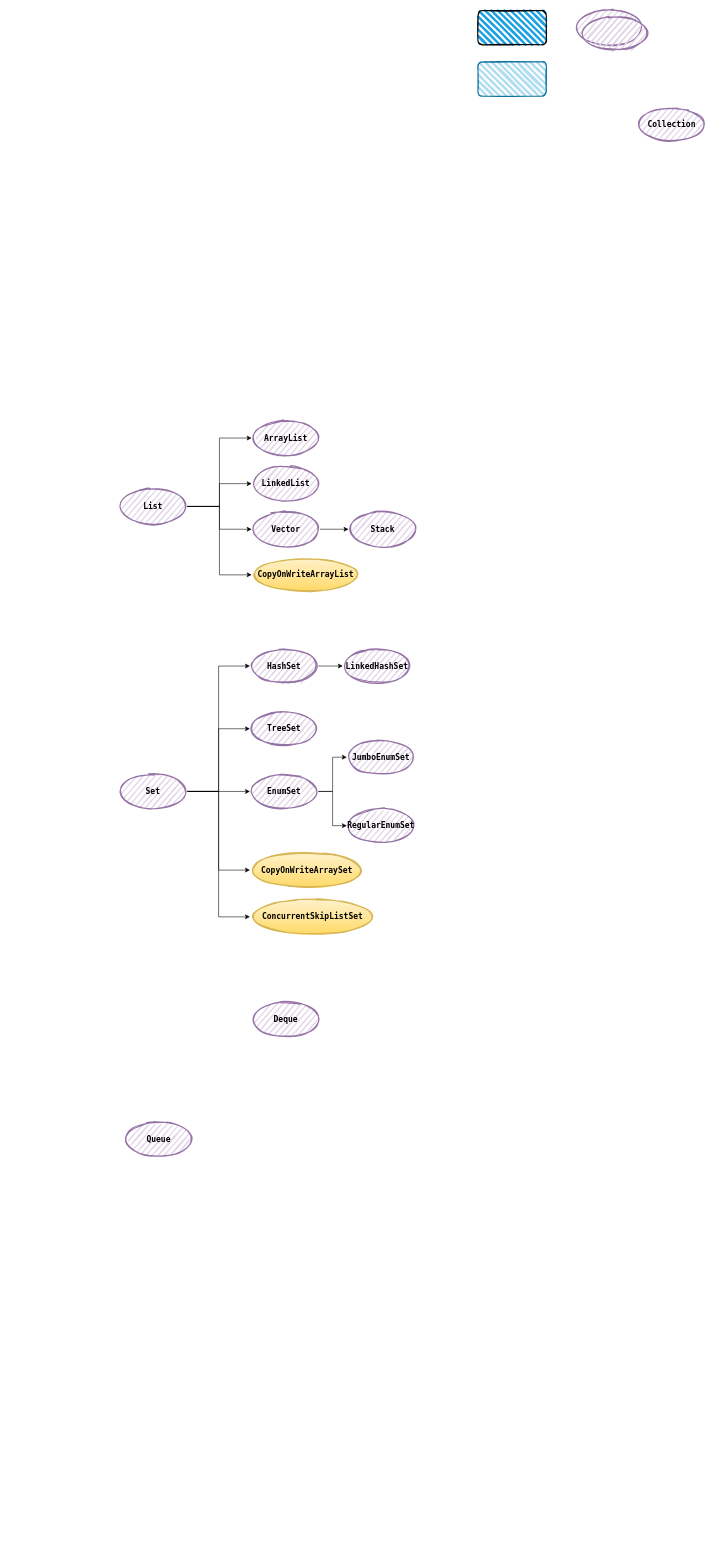
This is 集合.drawio from caitai/draw.io, a draw.io file, before an edit. Source tidied: cells renumbered, new cells numbered last; positions are measured from the earlier drawing's top-left corner, leaving out a move shared by most shapes. Both pictures are drawn from the tidied source at 57%, with x=0, y=0 at pixel (119, 10).
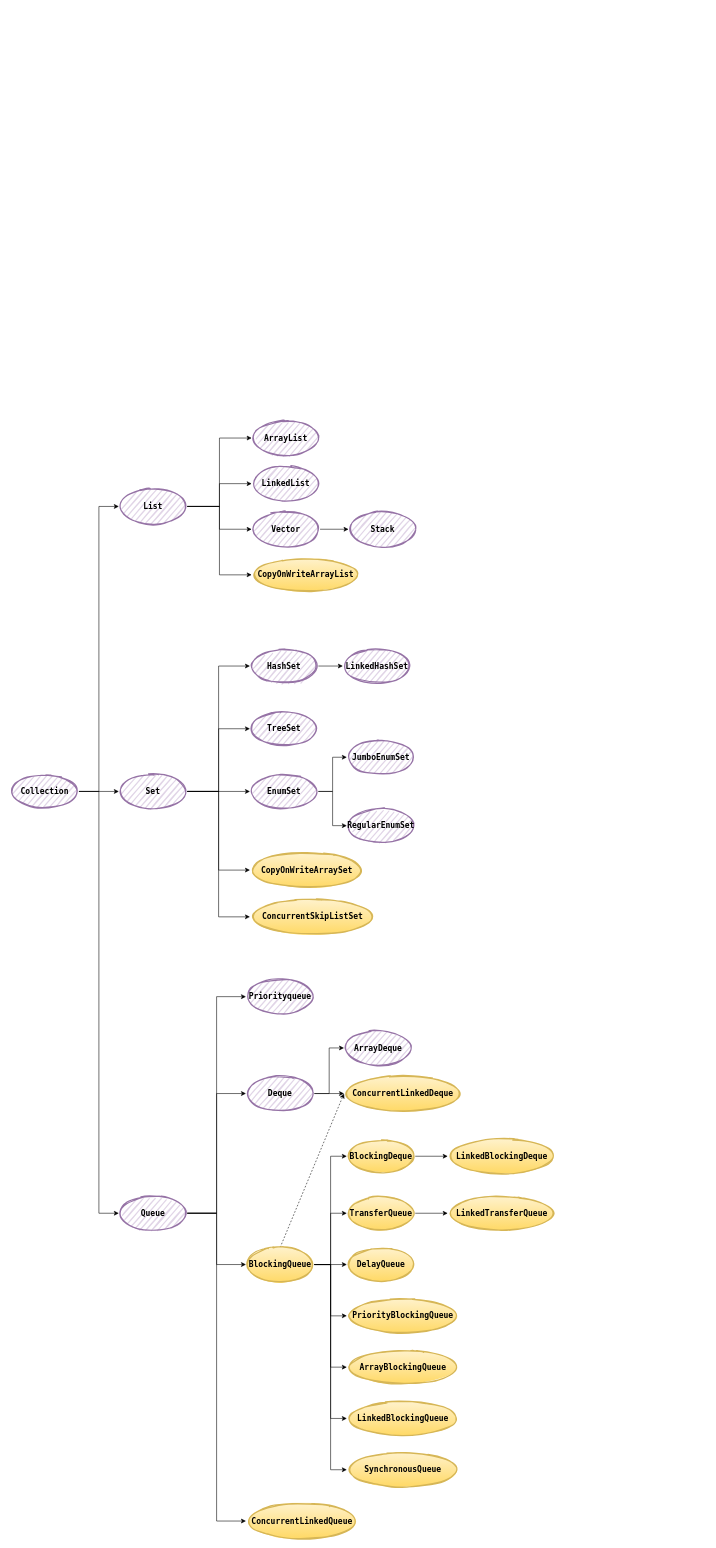
After the change.

The change refers to these unchanged cells:
```xml
<mxCell id="10" value="&lt;span style=&quot;font-size: 14px;&quot;&gt;&lt;b style=&quot;&quot;&gt;&lt;font face=&quot;Lucida Console&quot;&gt;List&lt;/font&gt;&lt;/b&gt;&lt;/span&gt;" style="ellipse;whiteSpace=wrap;html=1;strokeWidth=2;fillWeight=2;hachureGap=8;fillColor=#e1d5e7;fillStyle=dots;sketch=1;strokeColor=#9673a6;" parent="1" vertex="1">
  <mxGeometry y="840" width="120" height="60" as="geometry" />
</mxCell>
<mxCell id="17" value="&lt;span style=&quot;font-size: 14px;&quot;&gt;&lt;b style=&quot;&quot;&gt;&lt;font face=&quot;Lucida Console&quot;&gt;Set&lt;/font&gt;&lt;/b&gt;&lt;/span&gt;" style="ellipse;whiteSpace=wrap;html=1;strokeWidth=2;fillWeight=2;hachureGap=8;fillColor=#e1d5e7;fillStyle=dots;sketch=1;strokeColor=#9673a6;" parent="1" vertex="1">
  <mxGeometry y="1340" width="120" height="60" as="geometry" />
</mxCell>
```

The edit, as a diff of the source:
```diff
@@
-    <mxCell id="2" style="ellipse;whiteSpace=wrap;html=1;strokeWidth=2;fillWeight=2;hachureGap=8;fillColor=#e1d5e7;fillStyle=dots;sketch=1;strokeColor=#9673a6;" parent="1" vertex="1">
-      <mxGeometry x="800" width="120" height="60" as="geometry" />
-    </mxCell>
-    <mxCell id="3" style="rounded=1;whiteSpace=wrap;html=1;strokeWidth=2;fillWeight=4;hachureGap=8;hachureAngle=45;fillColor=#1ba1e2;sketch=1;" parent="1" vertex="1">
-      <mxGeometry x="630" width="120" height="60" as="geometry" />
-    </mxCell>
+    <mxCell id="37" style="edgeStyle=orthogonalEdgeStyle;rounded=0;jettySize=auto;html=1;exitX=1;exitY=0.5;exitDx=0;exitDy=0;entryX=0;entryY=0.5;entryDx=0;entryDy=0;fontFamily=Lucida Console;fontSize=14;" parent="1" edge="1" source="4" target="17">
+      <mxGeometry relative="1" as="geometry" />
+    </mxCell>
+    <mxCell id="38" style="edgeStyle=orthogonalEdgeStyle;rounded=0;jettySize=auto;html=1;exitX=1;exitY=0.5;exitDx=0;exitDy=0;entryX=0;entryY=0.5;entryDx=0;entryDy=0;fontFamily=Lucida Console;fontSize=14;" parent="1" edge="1" source="4" target="10">
+      <mxGeometry relative="1" as="geometry" />
+    </mxCell>
+    <mxCell id="39" style="edgeStyle=orthogonalEdgeStyle;rounded=0;jettySize=auto;html=1;exitX=1;exitY=0.5;exitDx=0;exitDy=0;entryX=0;entryY=0.5;entryDx=0;entryDy=0;fontFamily=Lucida Console;fontSize=14;" parent="1" edge="1" source="4" target="18">
+      <mxGeometry relative="1" as="geometry" />
+    </mxCell>
     <mxCell id="4" value="&lt;span style=&quot;font-size: 14px;&quot;&gt;&lt;b style=&quot;&quot;&gt;&lt;font face=&quot;Lucida Console&quot;&gt;Collection&lt;/font&gt;&lt;/b&gt;&lt;/span&gt;" style="ellipse;whiteSpace=wrap;html=1;strokeWidth=2;fillWeight=2;hachureGap=8;fillColor=#e1d5e7;fillStyle=dots;sketch=1;strokeColor=#9673a6;" parent="1" vertex="1">
-      <mxGeometry x="910" y="170" width="120" height="60" as="geometry" />
+      <mxGeometry x="-190" y="1340" width="120" height="60" as="geometry" />
     </mxCell>
-    <mxCell id="5" style="rounded=1;whiteSpace=wrap;html=1;strokeWidth=2;fillWeight=4;hachureGap=8;hachureAngle=45;fillColor=#b1ddf0;sketch=1;strokeColor=#10739e;" parent="1" vertex="1">
-      <mxGeometry x="630" y="90" width="120" height="60" as="geometry" />
-    </mxCell>
@@
-    <mxCell id="11" style="ellipse;whiteSpace=wrap;html=1;strokeWidth=2;fillWeight=2;hachureGap=8;fillColor=#e1d5e7;fillStyle=dots;sketch=1;strokeColor=#9673a6;" parent="1" vertex="1">
-      <mxGeometry x="810" y="10" width="120" height="60" as="geometry" />
-    </mxCell>
@@
+    <mxCell id="40" style="edgeStyle=orthogonalEdgeStyle;rounded=0;jettySize=auto;html=1;exitX=1;exitY=0.5;exitDx=0;exitDy=0;entryX=0;entryY=0.5;entryDx=0;entryDy=0;fontFamily=Lucida Console;fontSize=14;" parent="1" edge="1" source="18" target="19">
+      <mxGeometry relative="1" as="geometry" />
+    </mxCell>
+    <mxCell id="41" style="edgeStyle=orthogonalEdgeStyle;rounded=0;jettySize=auto;html=1;exitX=1;exitY=0.5;exitDx=0;exitDy=0;entryX=0;entryY=0.5;entryDx=0;entryDy=0;fontFamily=Lucida Console;fontSize=14;" parent="1" edge="1" source="18" target="54">
+      <mxGeometry relative="1" as="geometry" />
+    </mxCell>
+    <mxCell id="42" style="edgeStyle=orthogonalEdgeStyle;rounded=0;jettySize=auto;html=1;exitX=1;exitY=0.5;exitDx=0;exitDy=0;entryX=0;entryY=0.5;entryDx=0;entryDy=0;fontFamily=Lucida Console;fontSize=14;" parent="1" edge="1" source="18" target="66">
+      <mxGeometry relative="1" as="geometry" />
+    </mxCell>
+    <mxCell id="43" style="edgeStyle=orthogonalEdgeStyle;rounded=0;jettySize=auto;html=1;exitX=1;exitY=0.5;exitDx=0;exitDy=0;entryX=0;entryY=0.5;entryDx=0;entryDy=0;fontFamily=Lucida Console;fontSize=14;" parent="1" edge="1" source="18" target="69">
+      <mxGeometry relative="1" as="geometry" />
+    </mxCell>
     <mxCell id="18" value="&lt;span style=&quot;font-size: 14px;&quot;&gt;&lt;b style=&quot;&quot;&gt;&lt;font face=&quot;Lucida Console&quot;&gt;Queue&lt;/font&gt;&lt;/b&gt;&lt;/span&gt;" style="ellipse;whiteSpace=wrap;html=1;strokeWidth=2;fillWeight=2;hachureGap=8;fillColor=#e1d5e7;fillStyle=dots;sketch=1;strokeColor=#9673a6;" parent="1" vertex="1">
-      <mxGeometry x="10" y="1950" width="120" height="60" as="geometry" />
+      <mxGeometry y="2080" width="120" height="60" as="geometry" />
     </mxCell>
+    <mxCell id="44" style="edgeStyle=orthogonalEdgeStyle;rounded=0;jettySize=auto;html=1;exitX=1;exitY=0.5;exitDx=0;exitDy=0;entryX=0;entryY=0.5;entryDx=0;entryDy=0;fontFamily=Lucida Console;fontSize=14;" parent="1" edge="1" source="19" target="68">
+      <mxGeometry relative="1" as="geometry" />
+    </mxCell>
+    <mxCell id="45" style="edgeStyle=orthogonalEdgeStyle;rounded=0;jettySize=auto;html=1;exitX=1;exitY=0.5;exitDx=0;exitDy=0;entryX=0;entryY=0.5;entryDx=0;entryDy=0;fontFamily=Lucida Console;fontSize=14;" parent="1" edge="1" source="19" target="67">
+      <mxGeometry relative="1" as="geometry" />
+    </mxCell>
     <mxCell id="19" value="&lt;span style=&quot;font-size: 14px;&quot;&gt;&lt;b style=&quot;&quot;&gt;&lt;font face=&quot;Lucida Console&quot;&gt;Deque&lt;/font&gt;&lt;/b&gt;&lt;/span&gt;" style="ellipse;whiteSpace=wrap;html=1;strokeWidth=2;fillWeight=2;hachureGap=8;fillColor=#e1d5e7;fillStyle=dots;sketch=1;strokeColor=#9673a6;" parent="1" vertex="1">
-      <mxGeometry x="233" y="1740" width="120" height="60" as="geometry" />
+      <mxGeometry x="223" y="1870" width="120" height="60" as="geometry" />
     </mxCell>
@@
+    <mxCell id="46" style="edgeStyle=orthogonalEdgeStyle;rounded=0;jettySize=auto;html=1;exitX=1;exitY=0.5;exitDx=0;exitDy=0;entryX=0;entryY=0.5;entryDx=0;entryDy=0;fontFamily=Lucida Console;fontSize=14;" parent="1" edge="1" source="54" target="56">
+      <mxGeometry relative="1" as="geometry" />
+    </mxCell>
+    <mxCell id="47" style="edgeStyle=orthogonalEdgeStyle;rounded=0;jettySize=auto;html=1;exitX=1;exitY=0.5;exitDx=0;exitDy=0;entryX=0;entryY=0.5;entryDx=0;entryDy=0;fontFamily=Lucida Console;fontSize=14;" parent="1" edge="1" source="54" target="58">
+      <mxGeometry relative="1" as="geometry" />
+    </mxCell>
+    <mxCell id="48" style="edgeStyle=orthogonalEdgeStyle;rounded=0;jettySize=auto;html=1;exitX=1;exitY=0.5;exitDx=0;exitDy=0;entryX=0;entryY=0.5;entryDx=0;entryDy=0;fontFamily=Lucida Console;fontSize=14;" parent="1" edge="1" source="54" target="60">
+      <mxGeometry relative="1" as="geometry" />
+    </mxCell>
+    <mxCell id="49" style="edgeStyle=orthogonalEdgeStyle;rounded=0;jettySize=auto;html=1;exitX=1;exitY=0.5;exitDx=0;exitDy=0;entryX=0;entryY=0.5;entryDx=0;entryDy=0;fontFamily=Lucida Console;fontSize=14;" parent="1" edge="1" source="54" target="63">
+      <mxGeometry relative="1" as="geometry" />
+    </mxCell>
+    <mxCell id="50" style="edgeStyle=orthogonalEdgeStyle;rounded=0;jettySize=auto;html=1;exitX=1;exitY=0.5;exitDx=0;exitDy=0;entryX=0;entryY=0.5;entryDx=0;entryDy=0;fontFamily=Lucida Console;fontSize=14;" parent="1" edge="1" source="54" target="61">
+      <mxGeometry relative="1" as="geometry" />
+    </mxCell>
+    <mxCell id="51" style="edgeStyle=orthogonalEdgeStyle;rounded=0;jettySize=auto;html=1;exitX=1;exitY=0.5;exitDx=0;exitDy=0;entryX=0;entryY=0.5;entryDx=0;entryDy=0;fontFamily=Lucida Console;fontSize=14;" parent="1" edge="1" source="54" target="62">
+      <mxGeometry relative="1" as="geometry" />
+    </mxCell>
+    <mxCell id="52" style="edgeStyle=orthogonalEdgeStyle;rounded=0;jettySize=auto;html=1;exitX=1;exitY=0.5;exitDx=0;exitDy=0;entryX=0;entryY=0.5;entryDx=0;entryDy=0;fontFamily=Lucida Console;fontSize=14;" parent="1" edge="1" source="54" target="64">
+      <mxGeometry relative="1" as="geometry" />
+    </mxCell>
+    <mxCell id="53" style="rounded=0;jettySize=auto;html=1;exitX=0.5;exitY=0;exitDx=0;exitDy=0;entryX=0;entryY=0.5;entryDx=0;entryDy=0;fontFamily=Lucida Console;fontSize=14;dashed=1;" parent="1" edge="1" source="54" target="68">
+      <mxGeometry relative="1" as="geometry" />
+    </mxCell>
+    <mxCell id="54" value="&lt;span style=&quot;font-size: 14px;&quot;&gt;&lt;b style=&quot;&quot;&gt;&lt;font face=&quot;Lucida Console&quot;&gt;BlockingQueue&lt;/font&gt;&lt;/b&gt;&lt;/span&gt;" style="ellipse;whiteSpace=wrap;html=1;strokeWidth=2;fillWeight=2;hachureGap=8;fillColor=#fff2cc;fillStyle=dots;sketch=1;strokeColor=#d6b656;gradientColor=#ffd966;" parent="1" vertex="1">
+      <mxGeometry x="223" y="2170" width="120" height="60" as="geometry" />
+    </mxCell>
+    <mxCell id="55" style="edgeStyle=orthogonalEdgeStyle;rounded=0;jettySize=auto;html=1;exitX=1;exitY=0.5;exitDx=0;exitDy=0;entryX=0;entryY=0.5;entryDx=0;entryDy=0;fontFamily=Lucida Console;fontSize=14;" parent="1" edge="1" source="56" target="65">
+      <mxGeometry relative="1" as="geometry" />
+    </mxCell>
+    <mxCell id="56" value="&lt;span style=&quot;font-size: 14px;&quot;&gt;&lt;b style=&quot;&quot;&gt;&lt;font face=&quot;Lucida Console&quot;&gt;BlockingDeque&lt;/font&gt;&lt;/b&gt;&lt;/span&gt;" style="ellipse;whiteSpace=wrap;html=1;strokeWidth=2;fillWeight=2;hachureGap=8;fillColor=#fff2cc;fillStyle=dots;sketch=1;strokeColor=#d6b656;gradientColor=#ffd966;" parent="1" vertex="1">
+      <mxGeometry x="400" y="1980" width="120" height="60" as="geometry" />
+    </mxCell>
+    <mxCell id="57" style="edgeStyle=orthogonalEdgeStyle;rounded=0;jettySize=auto;html=1;exitX=1;exitY=0.5;exitDx=0;exitDy=0;fontFamily=Lucida Console;fontSize=14;" parent="1" edge="1" source="58" target="59">
+      <mxGeometry relative="1" as="geometry" />
+    </mxCell>
+    <mxCell id="58" value="&lt;span style=&quot;font-size: 14px;&quot;&gt;&lt;b style=&quot;&quot;&gt;&lt;font face=&quot;Lucida Console&quot;&gt;TransferQueue&lt;/font&gt;&lt;/b&gt;&lt;/span&gt;" style="ellipse;whiteSpace=wrap;html=1;strokeWidth=2;fillWeight=2;hachureGap=8;fillColor=#fff2cc;fillStyle=dots;sketch=1;strokeColor=#d6b656;gradientColor=#ffd966;" parent="1" vertex="1">
+      <mxGeometry x="400" y="2080" width="120" height="60" as="geometry" />
+    </mxCell>
+    <mxCell id="59" value="&lt;span style=&quot;font-size: 14px;&quot;&gt;&lt;b style=&quot;&quot;&gt;&lt;font face=&quot;Lucida Console&quot;&gt;LinkedTransferQueue&lt;/font&gt;&lt;/b&gt;&lt;/span&gt;" style="ellipse;whiteSpace=wrap;html=1;strokeWidth=2;fillWeight=2;hachureGap=8;fillColor=#fff2cc;fillStyle=dots;sketch=1;strokeColor=#d6b656;gradientColor=#ffd966;" parent="1" vertex="1">
+      <mxGeometry x="577" y="2080" width="190" height="60" as="geometry" />
+    </mxCell>
+    <mxCell id="60" value="&lt;font face=&quot;Lucida Console&quot;&gt;&lt;span style=&quot;font-size: 14px;&quot;&gt;&lt;b&gt;DelayQueue&lt;/b&gt;&lt;/span&gt;&lt;/font&gt;" style="ellipse;whiteSpace=wrap;html=1;strokeWidth=2;fillWeight=2;hachureGap=8;fillColor=#fff2cc;fillStyle=dots;sketch=1;strokeColor=#d6b656;gradientColor=#ffd966;" parent="1" vertex="1">
+      <mxGeometry x="400" y="2170" width="120" height="60" as="geometry" />
+    </mxCell>
+    <mxCell id="61" value="&lt;span style=&quot;font-size: 14px;&quot;&gt;&lt;b style=&quot;&quot;&gt;&lt;font face=&quot;Lucida Console&quot;&gt;ArrayBlockingQueue&lt;/font&gt;&lt;/b&gt;&lt;/span&gt;" style="ellipse;whiteSpace=wrap;html=1;strokeWidth=2;fillWeight=2;hachureGap=8;fillColor=#fff2cc;fillStyle=dots;sketch=1;strokeColor=#d6b656;gradientColor=#ffd966;" parent="1" vertex="1">
+      <mxGeometry x="400" y="2350" width="197" height="60" as="geometry" />
+    </mxCell>
+    <mxCell id="62" value="&lt;span style=&quot;font-size: 14px;&quot;&gt;&lt;b style=&quot;&quot;&gt;&lt;font face=&quot;Lucida Console&quot;&gt;LinkedBlockingQueue&lt;/font&gt;&lt;/b&gt;&lt;/span&gt;" style="ellipse;whiteSpace=wrap;html=1;strokeWidth=2;fillWeight=2;hachureGap=8;fillColor=#fff2cc;fillStyle=dots;sketch=1;strokeColor=#d6b656;gradientColor=#ffd966;" parent="1" vertex="1">
+      <mxGeometry x="400" y="2440" width="197" height="60" as="geometry" />
+    </mxCell>
+    <mxCell id="63" value="&lt;font face=&quot;Lucida Console&quot;&gt;&lt;span style=&quot;font-size: 14px;&quot;&gt;&lt;b&gt;PriorityBlockingQueue&lt;br&gt;&lt;/b&gt;&lt;/span&gt;&lt;/font&gt;" style="ellipse;whiteSpace=wrap;html=1;strokeWidth=2;fillWeight=2;hachureGap=8;fillColor=#fff2cc;fillStyle=dots;sketch=1;strokeColor=#d6b656;gradientColor=#ffd966;" parent="1" vertex="1">
+      <mxGeometry x="400" y="2260" width="197" height="60" as="geometry" />
+    </mxCell>
+    <mxCell id="64" value="&lt;span style=&quot;font-size: 14px;&quot;&gt;&lt;b style=&quot;&quot;&gt;&lt;font face=&quot;Lucida Console&quot;&gt;SynchronousQueue&lt;/font&gt;&lt;/b&gt;&lt;/span&gt;" style="ellipse;whiteSpace=wrap;html=1;strokeWidth=2;fillWeight=2;hachureGap=8;fillColor=#fff2cc;fillStyle=dots;sketch=1;strokeColor=#d6b656;gradientColor=#ffd966;" parent="1" vertex="1">
+      <mxGeometry x="400" y="2530" width="197" height="60" as="geometry" />
+    </mxCell>
+    <mxCell id="65" value="&lt;span style=&quot;font-size: 14px;&quot;&gt;&lt;b style=&quot;&quot;&gt;&lt;font face=&quot;Lucida Console&quot;&gt;LinkedBlockingDeque&lt;/font&gt;&lt;/b&gt;&lt;/span&gt;" style="ellipse;whiteSpace=wrap;html=1;strokeWidth=2;fillWeight=2;hachureGap=8;fillColor=#fff2cc;fillStyle=dots;sketch=1;strokeColor=#d6b656;gradientColor=#ffd966;" parent="1" vertex="1">
+      <mxGeometry x="577" y="1980" width="190" height="60" as="geometry" />
+    </mxCell>
+    <mxCell id="66" value="&lt;font face=&quot;Lucida Console&quot;&gt;&lt;span style=&quot;font-size: 14px;&quot;&gt;&lt;b&gt;Priorityqueue&lt;/b&gt;&lt;/span&gt;&lt;/font&gt;" style="ellipse;whiteSpace=wrap;html=1;strokeWidth=2;fillWeight=2;hachureGap=8;fillColor=#e1d5e7;fillStyle=dots;sketch=1;strokeColor=#9673a6;" parent="1" vertex="1">
+      <mxGeometry x="223" y="1700" width="120" height="60" as="geometry" />
+    </mxCell>
+    <mxCell id="67" value="&lt;span style=&quot;font-size: 14px;&quot;&gt;&lt;b style=&quot;&quot;&gt;&lt;font face=&quot;Lucida Console&quot;&gt;ArrayDeque&lt;/font&gt;&lt;/b&gt;&lt;/span&gt;" style="ellipse;whiteSpace=wrap;html=1;strokeWidth=2;fillWeight=2;hachureGap=8;fillColor=#e1d5e7;fillStyle=dots;sketch=1;strokeColor=#9673a6;" parent="1" vertex="1">
+      <mxGeometry x="395" y="1790" width="120" height="60" as="geometry" />
+    </mxCell>
+    <mxCell id="68" value="&lt;span style=&quot;font-size: 14px;&quot;&gt;&lt;b style=&quot;&quot;&gt;&lt;font face=&quot;Lucida Console&quot;&gt;ConcurrentLinkedDeque&lt;/font&gt;&lt;/b&gt;&lt;/span&gt;" style="ellipse;whiteSpace=wrap;html=1;strokeWidth=2;fillWeight=2;hachureGap=8;fillColor=#fff2cc;fillStyle=dots;sketch=1;strokeColor=#d6b656;gradientColor=#ffd966;" parent="1" vertex="1">
+      <mxGeometry x="395" y="1870" width="207" height="60" as="geometry" />
+    </mxCell>
+    <mxCell id="69" value="&lt;span style=&quot;font-size: 14px;&quot;&gt;&lt;b style=&quot;&quot;&gt;&lt;font face=&quot;Lucida Console&quot;&gt;ConcurrentLinkedQueue&lt;/font&gt;&lt;/b&gt;&lt;/span&gt;" style="ellipse;whiteSpace=wrap;html=1;strokeWidth=2;fillWeight=2;hachureGap=8;fillColor=#fff2cc;fillStyle=dots;sketch=1;strokeColor=#d6b656;gradientColor=#ffd966;" parent="1" vertex="1">
+      <mxGeometry x="223" y="2620" width="197" height="60" as="geometry" />
+    </mxCell>
```
